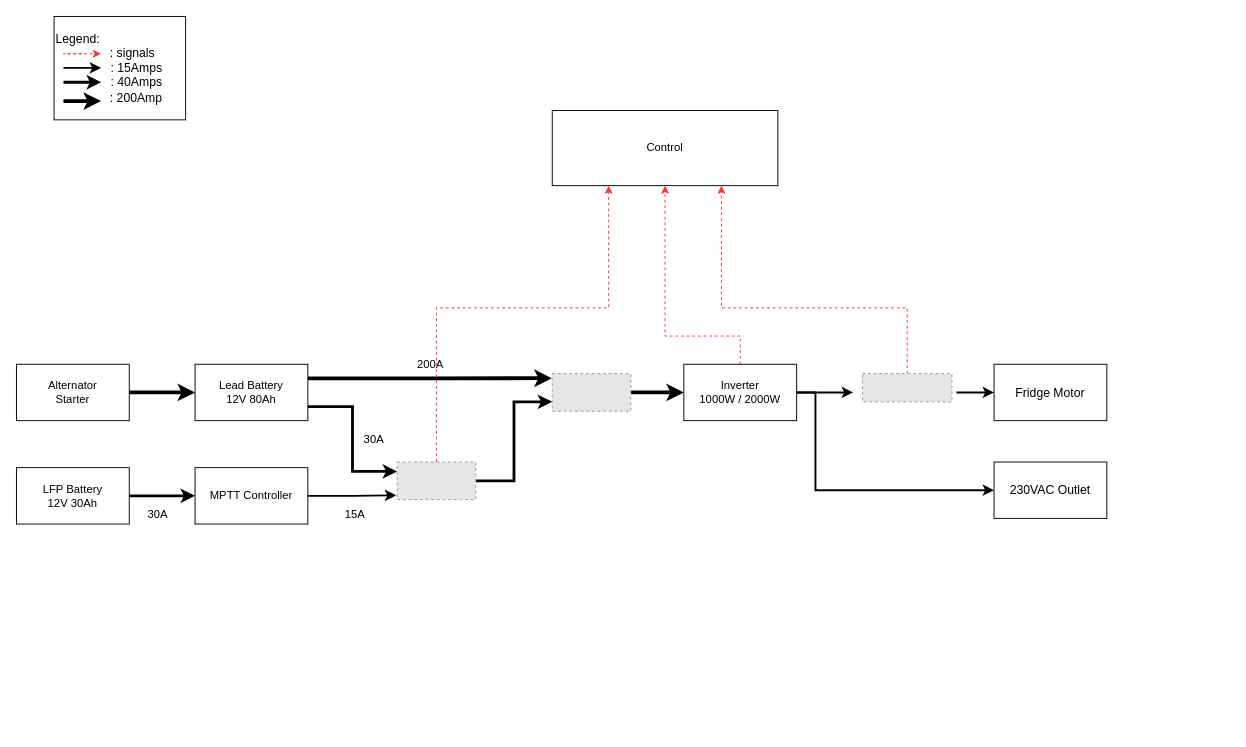
The draw.io diagram diagrams/inverter_230VAC_circuit.drawio in enricocirignaco/van_logic_board, before the edit. Source tidied: cells renumbered, new cells numbered last; positions are measured from the earlier drawing's top-left corner, leaving out a move shared by most shapes. Both pictures are drawn from the tidied source at 94%, with x=0, y=0 at pixel (16, 16). Pictures stored in the file or linked from it are replaced by grey dashed boxes.
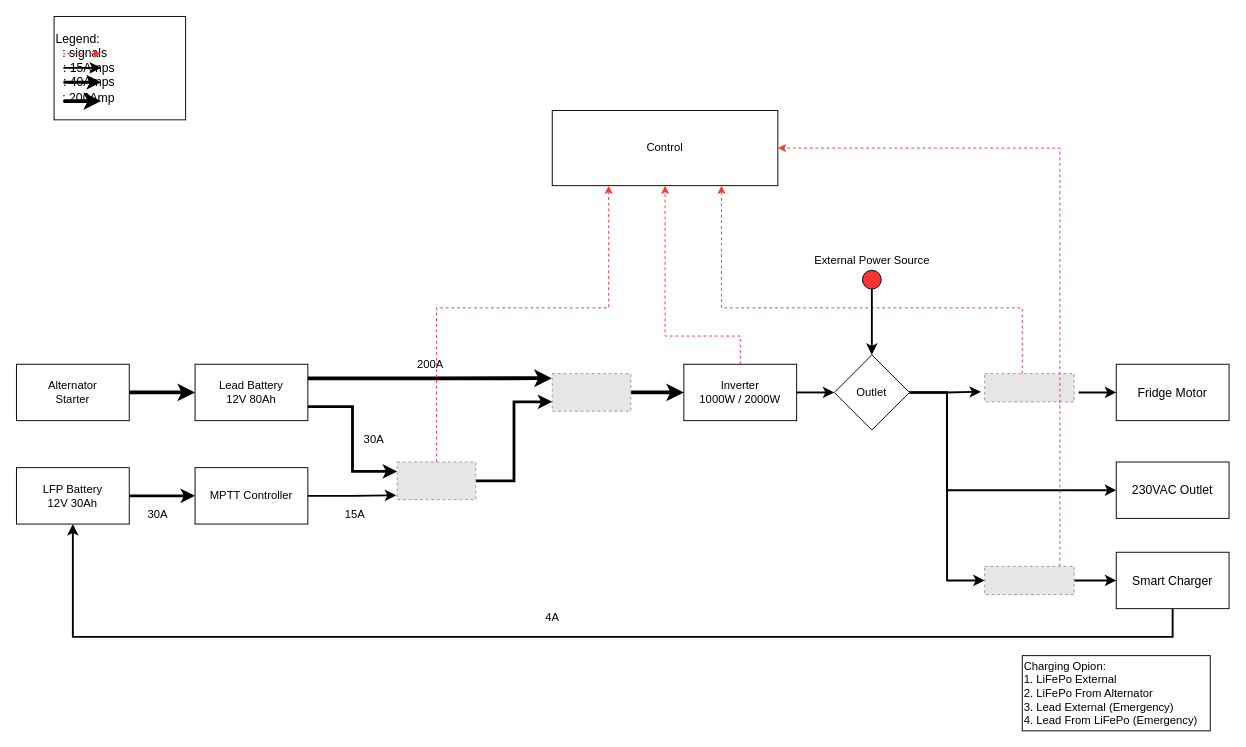
Above is the later version.

Unchanged cells that the change refers to:
```xml
<mxCell id="12" value="Inverter&lt;br&gt;1000W / 2000W" style="rounded=0;whiteSpace=wrap;html=1;" parent="1" vertex="1">
  <mxGeometry x="710" y="370" width="120" height="60" as="geometry" />
</mxCell>
<mxCell id="13" value="Control" style="rounded=0;whiteSpace=wrap;html=1;" parent="1" vertex="1">
  <mxGeometry x="570" y="100" width="240" height="80" as="geometry" />
</mxCell>
<mxCell id="23" value="LFP Battery&lt;br&gt;12V 30Ah" style="rounded=0;whiteSpace=wrap;html=1;" parent="1" vertex="1">
  <mxGeometry y="480" width="120" height="60" as="geometry" />
</mxCell>
```

The edit, as a diff of the source:
```diff
@@
-    <mxCell id="10" style="edgeStyle=orthogonalEdgeStyle;rounded=0;jettySize=auto;html=1;entryX=0;entryY=0.5;entryDx=0;entryDy=0;fontSize=13;strokeColor=#000000;strokeWidth=2;" parent="1" edge="1" source="12" target="32">
-      <mxGeometry relative="1" as="geometry">
-        <Array as="points">
-          <mxPoint x="850" y="400" />
-          <mxPoint x="850" y="504" />
-        </Array>
-      </mxGeometry>
-    </mxCell>
-    <mxCell id="11" style="edgeStyle=orthogonalEdgeStyle;rounded=0;jettySize=auto;html=1;fontSize=13;strokeColor=#000000;strokeWidth=2;" parent="1" edge="1" source="12">
-      <mxGeometry relative="1" as="geometry">
-        <mxPoint x="890" y="400" as="targetPoint" />
-      </mxGeometry>
-    </mxCell>
+    <mxCell id="35" style="edgeStyle=orthogonalEdgeStyle;rounded=0;jettySize=auto;html=1;entryX=0;entryY=0.5;entryDx=0;entryDy=0;strokeWidth=2;" parent="1" edge="1" source="12" target="42">
+      <mxGeometry relative="1" as="geometry" />
+    </mxCell>
@@
-    <mxCell id="15" value="&lt;font style=&quot;font-size: 13px&quot;&gt;Legend:&lt;br&gt;&lt;span style=&quot;text-align: right&quot;&gt;&lt;span style=&quot;white-space: pre&quot;&gt;&#9;&lt;span style=&quot;white-space: pre&quot;&gt;&#9;&lt;/span&gt;&lt;/span&gt;: signals&lt;/span&gt;&lt;br&gt;&lt;/font&gt;&lt;div style=&quot;text-align: right ; font-size: 13px&quot;&gt;&lt;span&gt;&lt;font style=&quot;font-size: 13px&quot;&gt;: 15Amps&lt;/font&gt;&lt;/span&gt;&lt;/div&gt;&lt;div style=&quot;text-align: right ; font-size: 13px&quot;&gt;&lt;span&gt;&lt;font style=&quot;font-size: 13px&quot;&gt;: 40Amps&lt;/font&gt;&lt;/span&gt;&lt;/div&gt;&lt;div style=&quot;text-align: right ; font-size: 13px&quot;&gt;&lt;span&gt;&lt;font style=&quot;font-size: 13px&quot;&gt;&lt;span style=&quot;white-space: pre&quot;&gt;&#9;&lt;/span&gt;&lt;span style=&quot;white-space: pre&quot;&gt;&#9;&lt;/span&gt;: 200Amp&lt;/font&gt;&lt;/span&gt;&lt;/div&gt;" style="whiteSpace=wrap;html=1;align=left;" parent="1" vertex="1">
+    <mxCell id="15" value="&lt;font style=&quot;font-size: 13px&quot;&gt;Legend:&lt;br&gt;&lt;span style=&quot;text-align: right&quot;&gt;&lt;span style=&quot;white-space: pre&quot;&gt; &lt;span style=&quot;white-space: pre&quot;&gt; &lt;/span&gt;&lt;/span&gt;: signals&lt;/span&gt;&lt;br&gt;&lt;/font&gt;&lt;div style=&quot;text-align: right ; font-size: 13px&quot;&gt;&lt;span&gt;&lt;font style=&quot;font-size: 13px&quot;&gt;: 15Amps&lt;/font&gt;&lt;/span&gt;&lt;/div&gt;&lt;div style=&quot;text-align: right ; font-size: 13px&quot;&gt;&lt;span&gt;&lt;font style=&quot;font-size: 13px&quot;&gt;: 40Amps&lt;/font&gt;&lt;/span&gt;&lt;/div&gt;&lt;div style=&quot;text-align: right ; font-size: 13px&quot;&gt;&lt;span&gt;&lt;font style=&quot;font-size: 13px&quot;&gt;&lt;span style=&quot;white-space: pre&quot;&gt; &lt;/span&gt;&lt;span style=&quot;white-space: pre&quot;&gt; &lt;/span&gt;: 200Amp&lt;/font&gt;&lt;/span&gt;&lt;/div&gt;" style="whiteSpace=wrap;html=1;align=left;" parent="1" vertex="1">
       <mxGeometry x="40" width="140" height="110" as="geometry" />
     </mxCell>
@@
     <mxCell id="30" style="edgeStyle=orthogonalEdgeStyle;rounded=0;jettySize=auto;html=1;exitX=0;exitY=0.5;exitDx=0;exitDy=0;fontSize=13;strokeColor=#000000;strokeWidth=2;startArrow=classic;startFill=1;endArrow=none;endFill=0;" parent="1" edge="1" source="31">
       <mxGeometry relative="1" as="geometry">
-        <mxPoint x="1000" y="400.1" as="targetPoint" />
+        <mxPoint x="1130" y="400.1" as="targetPoint" />
       </mxGeometry>
     </mxCell>
     <mxCell id="31" value="Fridge Motor" style="rounded=0;whiteSpace=wrap;html=1;fontSize=13;align=center;" parent="1" vertex="1">
-      <mxGeometry x="1040" y="370" width="120" height="60" as="geometry" />
+      <mxGeometry x="1170" y="370" width="120" height="60" as="geometry" />
     </mxCell>
     <mxCell id="32" value="230VAC Outlet" style="rounded=0;whiteSpace=wrap;html=1;fontSize=13;align=center;" parent="1" vertex="1">
-      <mxGeometry x="1040" y="474" width="120" height="60" as="geometry" />
+      <mxGeometry x="1170" y="474" width="120" height="60" as="geometry" />
     </mxCell>
     <mxCell id="33" style="edgeStyle=orthogonalEdgeStyle;rounded=0;jettySize=auto;html=1;entryX=0.75;entryY=1;entryDx=0;entryDy=0;fontSize=13;strokeColor=#FF3333;strokeWidth=1;dashed=1;" parent="1" edge="1" source="34" target="13">
       <mxGeometry relative="1" as="geometry">
         <Array as="points">
-          <mxPoint x="948" y="310" />
+          <mxPoint x="1070" y="310" />
           <mxPoint x="750" y="310" />
         </Array>
       </mxGeometry>
     </mxCell>
     <mxCell id="34" style="fillColor=#E6E6E6;strokeColor=#999999;dashed=1;verticalLabelPosition=bottom;labelBackgroundColor=#ffffff;verticalAlign=top;" parent="1" vertex="1">
-      <mxGeometry x="900" y="380" width="95.2" height="30" as="geometry" />
+      <mxGeometry x="1030" y="380" width="95.2" height="30" as="geometry" />
     </mxCell>
+    <mxCell id="36" style="edgeStyle=orthogonalEdgeStyle;rounded=0;jettySize=auto;html=1;entryX=0.5;entryY=1;entryDx=0;entryDy=0;strokeWidth=2;" parent="1" edge="1" source="37" target="23">
+      <mxGeometry relative="1" as="geometry">
+        <Array as="points">
+          <mxPoint x="1230" y="660" />
+          <mxPoint x="60" y="660" />
+        </Array>
+      </mxGeometry>
+    </mxCell>
+    <mxCell id="37" value="Smart Charger" style="rounded=0;whiteSpace=wrap;html=1;fontSize=13;align=center;" parent="1" vertex="1">
+      <mxGeometry x="1170" y="570" width="120" height="60" as="geometry" />
+    </mxCell>
+    <mxCell id="38" value="4A" style="text;html=1;align=center;verticalAlign=middle;strokeColor=none;fillColor=none;" parent="1" vertex="1">
+      <mxGeometry x="555" y="630" width="30" height="20" as="geometry" />
+    </mxCell>
+    <mxCell id="39" style="edgeStyle=orthogonalEdgeStyle;rounded=0;jettySize=auto;html=1;entryX=-0.042;entryY=0.643;entryDx=0;entryDy=0;entryPerimeter=0;strokeWidth=2;" parent="1" edge="1" source="42" target="34">
+      <mxGeometry relative="1" as="geometry" />
+    </mxCell>
+    <mxCell id="40" style="edgeStyle=orthogonalEdgeStyle;rounded=0;jettySize=auto;html=1;entryX=0;entryY=0.5;entryDx=0;entryDy=0;strokeWidth=2;" parent="1" edge="1" source="42" target="32">
+      <mxGeometry relative="1" as="geometry">
+        <Array as="points">
+          <mxPoint x="990" y="400" />
+          <mxPoint x="990" y="504" />
+        </Array>
+      </mxGeometry>
+    </mxCell>
+    <mxCell id="41" style="edgeStyle=orthogonalEdgeStyle;rounded=0;jettySize=auto;html=1;entryX=0;entryY=0.5;entryDx=0;entryDy=0;strokeWidth=2;" parent="1" edge="1" source="42" target="48">
+      <mxGeometry relative="1" as="geometry" />
+    </mxCell>
+    <mxCell id="42" value="Outlet" style="rhombus;whiteSpace=wrap;html=1;" parent="1" vertex="1">
+      <mxGeometry x="870" y="360" width="80" height="80" as="geometry" />
+    </mxCell>
+    <mxCell id="43" style="edgeStyle=orthogonalEdgeStyle;rounded=0;jettySize=auto;html=1;entryX=0.5;entryY=0;entryDx=0;entryDy=0;strokeWidth=2;" parent="1" edge="1" source="44" target="42">
+      <mxGeometry relative="1" as="geometry" />
+    </mxCell>
+    <mxCell id="44" style="ellipse;whiteSpace=wrap;html=1;fillColor=#FF3333;" parent="1" vertex="1">
+      <mxGeometry x="900" y="270" width="20" height="20" as="geometry" />
+    </mxCell>
+    <mxCell id="45" value="External Power Source" style="text;html=1;align=center;verticalAlign=middle;strokeColor=none;fillColor=none;" parent="1" vertex="1">
+      <mxGeometry x="840" y="250" width="140" height="20" as="geometry" />
+    </mxCell>
+    <mxCell id="46" style="edgeStyle=orthogonalEdgeStyle;rounded=0;jettySize=auto;html=1;exitX=1;exitY=0.5;exitDx=0;exitDy=0;strokeWidth=2;" parent="1" edge="1" source="48" target="37">
+      <mxGeometry relative="1" as="geometry" />
+    </mxCell>
+    <mxCell id="47" style="edgeStyle=orthogonalEdgeStyle;rounded=0;jettySize=auto;html=1;entryX=1;entryY=0.5;entryDx=0;entryDy=0;strokeWidth=1;strokeColor=#FF3333;dashed=1;" parent="1" edge="1" source="48" target="13">
+      <mxGeometry relative="1" as="geometry">
+        <Array as="points">
+          <mxPoint x="1110" y="140" />
+        </Array>
+      </mxGeometry>
+    </mxCell>
+    <mxCell id="48" style="fillColor=#E6E6E6;strokeColor=#999999;dashed=1;verticalLabelPosition=bottom;labelBackgroundColor=#ffffff;verticalAlign=top;" parent="1" vertex="1">
+      <mxGeometry x="1030" y="585" width="95.2" height="30" as="geometry" />
+    </mxCell>
+    <mxCell id="49" value="Charging Opion:&lt;br&gt;1. LiFePo External&lt;br&gt;&lt;div&gt;&lt;span&gt;2. LiFePo From Alternator&lt;/span&gt;&lt;/div&gt;&lt;div&gt;&lt;span&gt;3. Lead External (Emergency)&lt;/span&gt;&lt;/div&gt;&lt;div&gt;&lt;span&gt;4. Lead From LiFePo (Emergency)&lt;/span&gt;&lt;/div&gt;" style="text;html=1;align=left;verticalAlign=middle;strokeColor=default;fillColor=none;" parent="1" vertex="1">
+      <mxGeometry x="1070" y="680" width="200" height="80" as="geometry" />
+    </mxCell>
```
